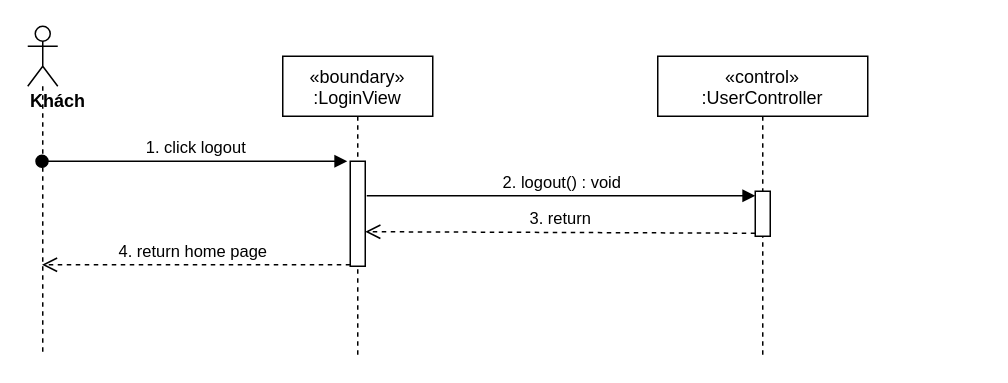
This is sequence diagram/logout-sequence.drawio from nguyenphamvan/datn_20202, a draw.io file, before an edit. Source tidied: cells renumbered, new cells numbered last; positions are measured from the earlier drawing's top-left corner, leaving out a move shared by most shapes. Both pictures are drawn from the tidied source at 150%, with x=0, y=0 at pixel (27, 26).
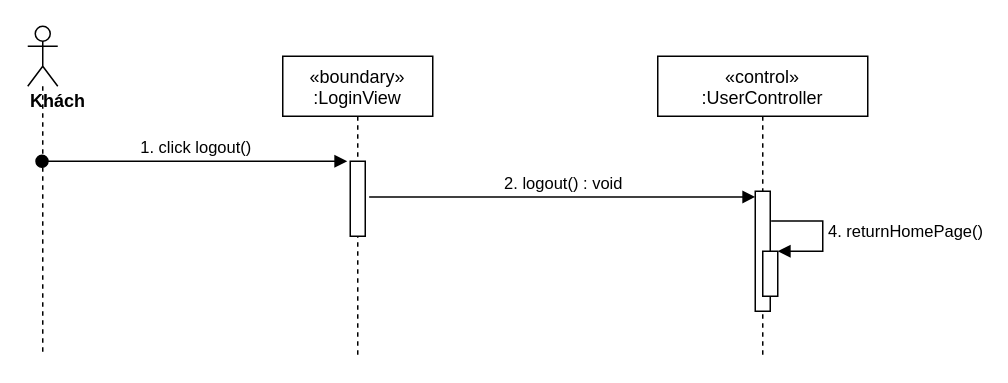
The same page after the edit.

Diff of the diagram source:
```diff
@@
 <mxGraphModel>
   <root>
     <mxCell id="0" />
     <mxCell id="1" parent="0" />
     <mxCell id="2" value="«boundary»&#10;:LoginView" style="shape=umlLifeline;perimeter=lifelinePerimeter;rounded=0;shadow=0;strokeWidth=1;" parent="1" vertex="1">
       <mxGeometry x="170" y="20" width="100" height="200" as="geometry" />
     </mxCell>
     <mxCell id="3" style="points=[];perimeter=orthogonalPerimeter;rounded=0;shadow=0;strokeWidth=1;" parent="2" vertex="1">
-      <mxGeometry x="45" y="70" width="10" height="70" as="geometry" />
+      <mxGeometry x="45" y="70" width="10" height="50" as="geometry" />
     </mxCell>
     <mxCell id="4" value="«control»&#10;:UserController" style="shape=umlLifeline;perimeter=lifelinePerimeter;rounded=0;shadow=0;strokeWidth=1;" parent="1" vertex="1">
       <mxGeometry x="420" y="20" width="140" height="200" as="geometry" />
     </mxCell>
     <mxCell id="5" value="&lt;div&gt;&lt;b&gt;Khách&lt;/b&gt;&lt;/div&gt;" style="shape=umlLifeline;participant=umlActor;perimeter=lifelinePerimeter;whiteSpace=wrap;html=1;verticalAlign=top;spacingTop=36;outlineConnect=0;align=left;" parent="1" vertex="1">
       <mxGeometry width="20" height="220" as="geometry" />
     </mxCell>
-    <mxCell id="6" value="1. click logout" style="html=1;verticalAlign=bottom;startArrow=oval;startFill=1;endArrow=block;startSize=8;entryX=-0.2;entryY=0;entryDx=0;entryDy=0;entryPerimeter=0;" parent="1" edge="1" source="5" target="3">
+    <mxCell id="6" value="1. click logout()" style="html=1;verticalAlign=bottom;startArrow=oval;startFill=1;endArrow=block;startSize=8;entryX=-0.2;entryY=0;entryDx=0;entryDy=0;entryPerimeter=0;" parent="1" edge="1" source="5" target="3">
       <mxGeometry relative="1" as="geometry" />
     </mxCell>
-    <mxCell id="7" value="2. logout() : void" style="html=1;verticalAlign=bottom;endArrow=block;exitX=1.1;exitY=0.329;exitDx=0;exitDy=0;exitPerimeter=0;" parent="1" edge="1" source="3" target="8">
+    <mxCell id="7" value="2. logout() : void" style="html=1;verticalAlign=bottom;endArrow=block;exitX=1.26;exitY=0.476;exitDx=0;exitDy=0;exitPerimeter=0;" parent="1" edge="1" source="3" target="8">
       <mxGeometry relative="1" as="geometry" />
     </mxCell>
     <mxCell id="8" style="html=1;points=[];perimeter=orthogonalPerimeter;" parent="1" vertex="1">
-      <mxGeometry x="485" y="110" width="10" height="30" as="geometry" />
+      <mxGeometry x="485" y="110" width="10" height="80" as="geometry" />
     </mxCell>
-    <mxCell id="9" value="3. return" style="html=1;verticalAlign=bottom;endArrow=open;dashed=1;endSize=8;exitX=0;exitY=0.933;exitDx=0;exitDy=0;exitPerimeter=0;entryX=1;entryY=0.671;entryDx=0;entryDy=0;entryPerimeter=0;" parent="1" edge="1" source="8" target="3">
-      <mxGeometry relative="1" as="geometry" />
-    </mxCell>
-    <mxCell id="10" value="4. return home page" style="html=1;verticalAlign=bottom;endArrow=open;dashed=1;endSize=8;exitX=0;exitY=0.986;exitDx=0;exitDy=0;exitPerimeter=0;" parent="1" edge="1" source="3" target="5">
-      <mxGeometry x="0.02" relative="1" as="geometry" />
-    </mxCell>
+    <mxCell id="11" style="html=1;points=[];perimeter=orthogonalPerimeter;" parent="1" vertex="1">
+      <mxGeometry x="490" y="150" width="10" height="30" as="geometry" />
+    </mxCell>
+    <mxCell id="12" value="&lt;span style=&quot;text-align: center&quot;&gt;4. returnHomePage()&lt;/span&gt;" style="edgeStyle=orthogonalEdgeStyle;html=1;align=left;spacingLeft=2;endArrow=block;rounded=0;entryX=1;entryY=0;exitX=1.06;exitY=0.248;exitDx=0;exitDy=0;exitPerimeter=0;" parent="1" edge="1" source="8" target="11">
+      <mxGeometry relative="1" as="geometry">
+        <Array as="points">
+          <mxPoint x="530" y="130" />
+          <mxPoint x="530" y="150" />
+        </Array>
+      </mxGeometry>
+    </mxCell>
   </root>
 </mxGraphModel>
```
